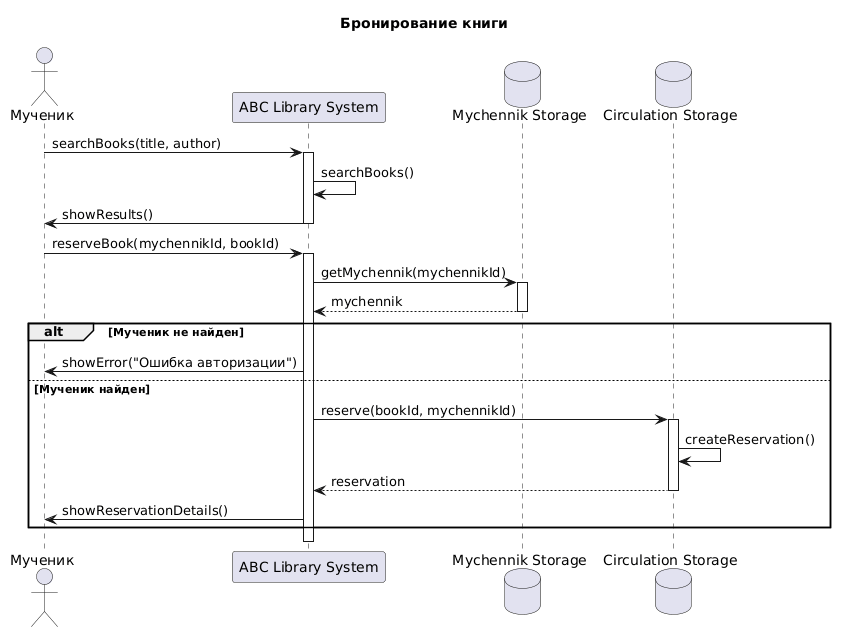
This is images/loan.png from penamarth/bsbo-11-24_team6_var2_bibl, a PlantUML export, as it was before one commit. Source of this version:
```plantuml
@startuml
title Бронирование книги

actor "Мученик" as MychennikUser
participant "ABC Library System" as Facade
database "Mychennik Storage" as MychennikStore
database "Circulation Storage" as CircStore

MychennikUser -> Facade : searchBooks(title, author)
activate Facade
Facade -> Facade : searchBooks()
Facade -> MychennikUser : showResults()
deactivate Facade

MychennikUser -> Facade : reserveBook(mychennikId, bookId)
activate Facade
Facade -> MychennikStore : getMychennik(mychennikId)
activate MychennikStore
MychennikStore --> Facade : mychennik
deactivate MychennikStore

alt Мученик не найден
    Facade -> MychennikUser : showError("Ошибка авторизации")
else Мученик найден
    Facade -> CircStore : reserve(bookId, mychennikId)
    activate CircStore
    CircStore -> CircStore : createReservation()
    CircStore --> Facade : reservation
    deactivate CircStore

    Facade -> MychennikUser : showReservationDetails()
end
deactivate Facade
@enduml
```
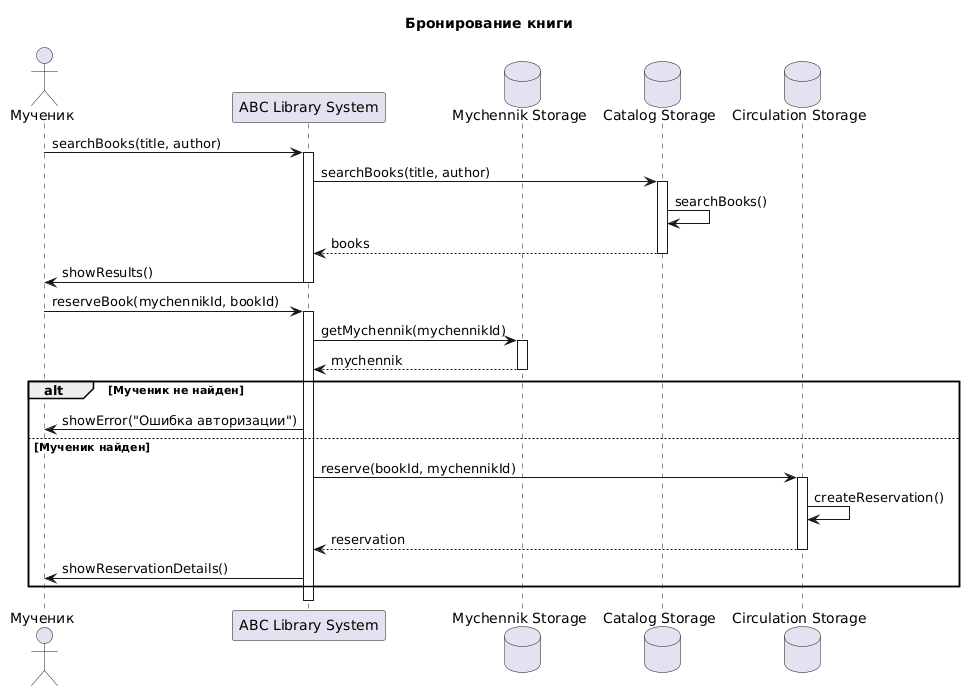
The same diagram one commit later.

The edit, as a diff of the source:
```diff
@@ -4,11 +4,16 @@
 actor "Мученик" as MychennikUser
 participant "ABC Library System" as Facade
 database "Mychennik Storage" as MychennikStore
+database "Catalog Storage" as CatalogStore
 database "Circulation Storage" as CircStore
 
 MychennikUser -> Facade : searchBooks(title, author)
 activate Facade
-Facade -> Facade : searchBooks()
+Facade -> CatalogStore : searchBooks(title, author)
+activate CatalogStore
+CatalogStore -> CatalogStore : searchBooks()
+CatalogStore --> Facade : books
+deactivate CatalogStore
 Facade -> MychennikUser : showResults()
 deactivate Facade
 
```
